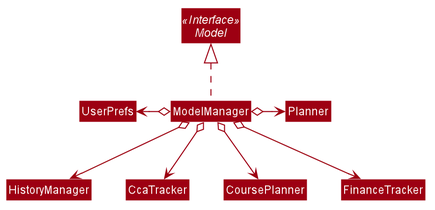
Above: docs/images/model/UpdatedModelClassDiagram.png in nus-cs2103-AY1920S1/addressbook-level3 (PlantUML), before the change.
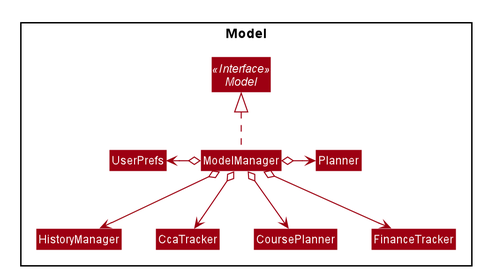
Later version of the same file.

Change to the diagram source:
```diff
@@ -51,15 +51,17 @@
 skinparam arrowColor #9D0012
 skinparam classBackgroundColor #9D0012
 
-Interface Model <<Interface>>
+Package Model <<Rectangle>> {
+    Interface Model <<Interface>>
 
-Class ModelManager
-Class UserPrefs
-Class HistoryManager
-Class CcaTracker
-Class CoursePlanner
-Class FinanceTracker
-Class Planner
+    Class ModelManager
+    Class UserPrefs
+    Class HistoryManager
+    Class CcaTracker
+    Class CoursePlanner
+    Class FinanceTracker
+    Class Planner
+}
 
 ModelManager .up.|> Model
 ModelManager o-left-> UserPrefs
```
